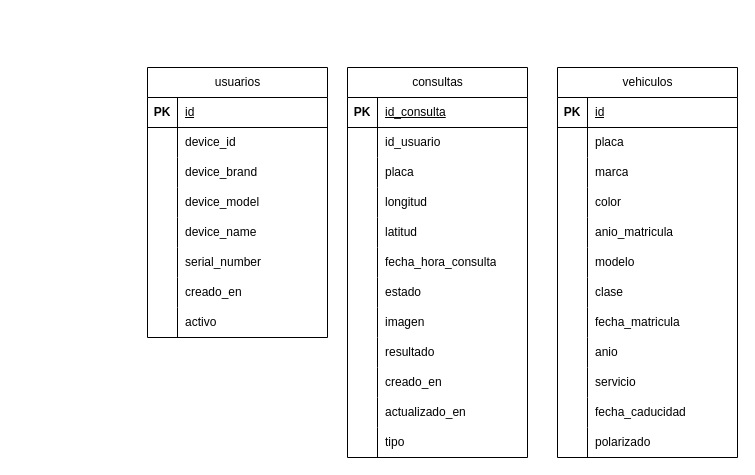
Earlier version of the draw.io diagram Diagrama ER MYSQL.drawio (JOSENAVAS46/DiagramsDrawIO). Source tidied: cells renumbered, new cells numbered last; positions are measured from the earlier drawing's top-left corner, leaving out a move shared by most shapes. Both pictures are drawn from the tidied source at 100%, with x=0, y=0 at pixel (147, 67).
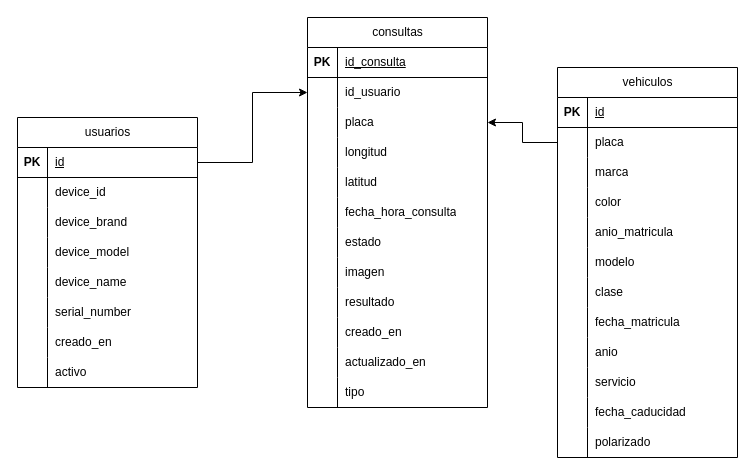
After the change.

The change refers to these unchanged cells:
```xml
<mxCell id="3" style="shape=tableRow;horizontal=0;startSize=0;swimlaneHead=0;swimlaneBody=0;fillColor=none;points=[[0,0.5],[1,0.5]];portConstraint=eastwest;top=0;left=0;right=0;bottom=1;" parent="2" vertex="1">
  <mxGeometry y="30" width="180" height="30" as="geometry" />
</mxCell>
<mxCell id="31" style="shape=tableRow;horizontal=0;startSize=0;swimlaneHead=0;swimlaneBody=0;fillColor=none;points=[[0,0.5],[1,0.5]];portConstraint=eastwest;top=0;left=0;right=0;bottom=0;" parent="27" vertex="1">
  <mxGeometry y="60" width="180" height="30" as="geometry" />
</mxCell>
<mxCell id="34" style="shape=tableRow;horizontal=0;startSize=0;swimlaneHead=0;swimlaneBody=0;fillColor=none;points=[[0,0.5],[1,0.5]];portConstraint=eastwest;top=0;left=0;right=0;bottom=0;" parent="27" vertex="1">
  <mxGeometry y="90" width="180" height="30" as="geometry" />
</mxCell>
<mxCell id="68" style="shape=tableRow;horizontal=0;startSize=0;swimlaneHead=0;swimlaneBody=0;fillColor=none;points=[[0,0.5],[1,0.5]];portConstraint=eastwest;top=0;left=0;right=0;bottom=0;" parent="64" vertex="1">
  <mxGeometry y="60" width="180" height="30" as="geometry" />
</mxCell>
```

The edit, as a diff of the source:
```diff
@@
     <mxCell id="2" value="&lt;span style=&quot;font-weight: 400; text-align: left; text-wrap-mode: wrap;&quot;&gt;usuarios&lt;/span&gt;" style="shape=table;startSize=30;childLayout=tableLayout;rowLines=0;fontStyle=1;align=center;html=1;" parent="1" vertex="1">
-      <mxGeometry width="180" height="270" as="geometry" />
+      <mxGeometry x="-130" y="50" width="180" height="270" as="geometry" />
     </mxCell>
@@
     <mxCell id="27" value="&lt;div style=&quot;text-align: left;&quot;&gt;&lt;span style=&quot;font-weight: 400; text-wrap-mode: wrap;&quot;&gt;&lt;span style=&quot;background-color: transparent;&quot;&gt;consultas&lt;/span&gt;&lt;/span&gt;&lt;/div&gt;" style="shape=table;startSize=30;childLayout=tableLayout;rowLines=0;fontStyle=1;align=center;html=1;" parent="1" vertex="1">
-      <mxGeometry x="200" width="180" height="390" as="geometry" />
+      <mxGeometry x="160" y="-50" width="180" height="390" as="geometry" />
     </mxCell>
@@
+    <mxCell id="101" style="edgeStyle=orthogonalEdgeStyle;rounded=0;jettySize=auto;html=1;exitX=1;exitY=0.5;exitDx=0;exitDy=0;" parent="1" edge="1" source="3" target="31">
+      <mxGeometry relative="1" as="geometry" />
+    </mxCell>
+    <mxCell id="102" style="edgeStyle=orthogonalEdgeStyle;rounded=0;jettySize=auto;html=1;exitX=0;exitY=0.5;exitDx=0;exitDy=0;" parent="1" edge="1" source="68" target="34">
+      <mxGeometry relative="1" as="geometry" />
+    </mxCell>
```
